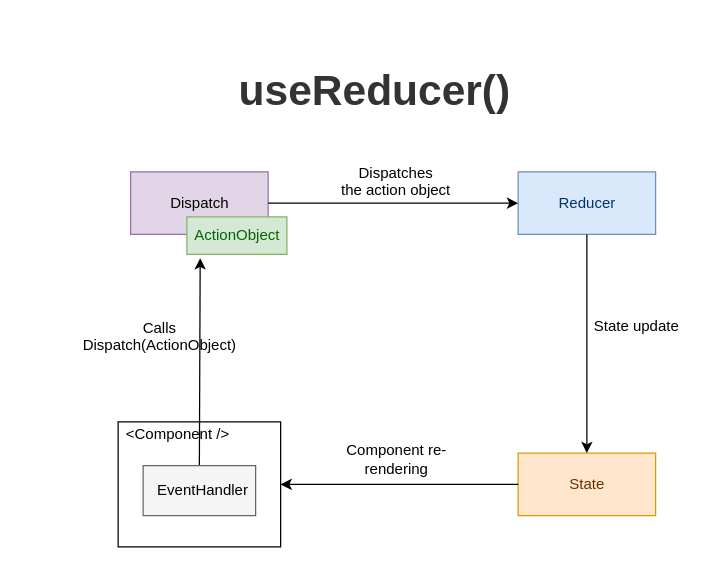
The draw.io diagram content/posts/149-react-usereducer/diagrams/diagram.drawio in panzerdp/dmitripavlutin.com, before the edit. Source tidied: cells renumbered, new cells numbered last; positions are measured from the earlier drawing's top-left corner, leaving out a move shared by most shapes. Both pictures are drawn from the tidied source at 125%, with x=0, y=0 at pixel (81, 46).
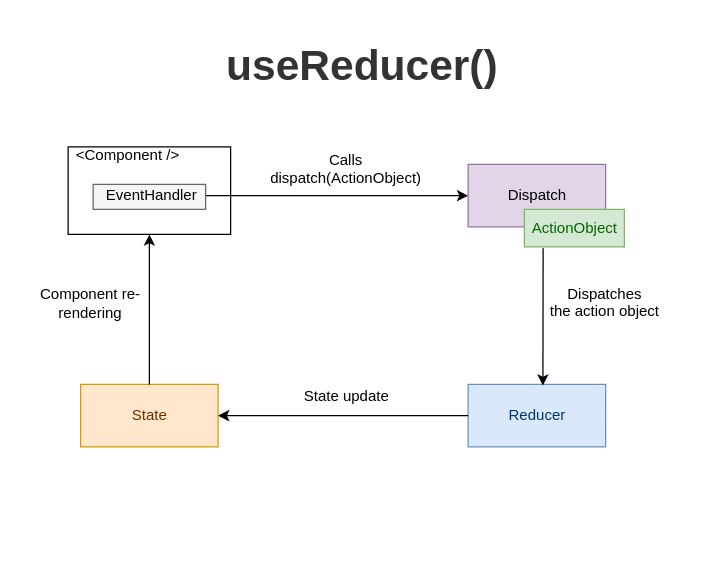
The same diagram, later.

Change to the diagram source:
```diff
@@
     <mxCell id="2" value="useReducer()" style="text;strokeColor=none;fillColor=none;html=1;fontSize=34;fontStyle=1;verticalAlign=middle;align=center;fontColor=#333333;" parent="1" vertex="1">
-      <mxGeometry x="119" width="230" height="70" as="geometry" />
+      <mxGeometry x="109" y="-20" width="230" height="70" as="geometry" />
     </mxCell>
     <mxCell id="3" style="html=1;" parent="1" vertex="1">
-      <mxGeometry x="29" y="300" width="130" height="100" as="geometry" />
+      <mxGeometry x="-11" y="80" width="130" height="70" as="geometry" />
     </mxCell>
     <mxCell id="4" value="Dispatch" style="html=1;fillColor=#e1d5e7;strokeColor=#9673a6;" parent="1" vertex="1">
-      <mxGeometry x="39" y="100" width="110" height="50" as="geometry" />
+      <mxGeometry x="309" y="94" width="110" height="50" as="geometry" />
     </mxCell>
     <mxCell id="5" value="ActionObject" style="html=1;fillColor=#d5e8d4;strokeColor=#82b366;fontColor=#006600;" parent="1" vertex="1">
-      <mxGeometry x="84" y="136" width="80" height="30" as="geometry" />
+      <mxGeometry x="354" y="130" width="80" height="30" as="geometry" />
     </mxCell>
     <mxCell id="6" value="Reducer" style="html=1;fillColor=#dae8fc;strokeColor=#6c8ebf;fontColor=#003366;" parent="1" vertex="1">
-      <mxGeometry x="349" y="100" width="110" height="50" as="geometry" />
+      <mxGeometry x="309" y="270" width="110" height="50" as="geometry" />
     </mxCell>
     <mxCell id="7" value="State" style="html=1;fillColor=#ffe6cc;strokeColor=#d79b00;fontColor=#663300;" parent="1" vertex="1">
-      <mxGeometry x="349" y="325" width="110" height="50" as="geometry" />
+      <mxGeometry x="-1" y="270" width="110" height="50" as="geometry" />
     </mxCell>
-    <mxCell id="8" style="endArrow=classic;html=1;entryX=0.133;entryY=1.101;entryDx=0;entryDy=0;exitX=0.5;exitY=0;exitDx=0;exitDy=0;entryPerimeter=0;" parent="1" edge="1" source="16" target="5">
-      <mxGeometry relative="1" as="geometry" />
+    <mxCell id="8" style="endArrow=classic;html=1;exitX=1;exitY=0.5;exitDx=0;exitDy=0;" parent="1" edge="1" source="17">
+      <mxGeometry relative="1" as="geometry">
+        <mxPoint x="309" y="119" as="targetPoint" />
+      </mxGeometry>
     </mxCell>
-    <mxCell id="9" style="endArrow=classic;html=1;entryX=0;entryY=0.5;entryDx=0;entryDy=0;exitX=1;exitY=0.5;exitDx=0;exitDy=0;" parent="1" edge="1" source="4" target="6">
-      <mxGeometry relative="1" as="geometry" />
+    <mxCell id="9" style="endArrow=classic;html=1;entryX=0.544;entryY=0.019;entryDx=0;entryDy=0;entryPerimeter=0;" parent="1" edge="1" target="6">
+      <mxGeometry relative="1" as="geometry">
+        <mxPoint x="369" y="161" as="sourcePoint" />
+      </mxGeometry>
     </mxCell>
-    <mxCell id="10" style="endArrow=classic;html=1;exitX=0.5;exitY=1;exitDx=0;exitDy=0;entryX=0.5;entryY=0;entryDx=0;entryDy=0;" parent="1" edge="1" source="6" target="7">
+    <mxCell id="10" style="endArrow=classic;html=1;exitX=0;exitY=0.5;exitDx=0;exitDy=0;entryX=1;entryY=0.5;entryDx=0;entryDy=0;" parent="1" edge="1" source="6" target="7">
       <mxGeometry relative="1" as="geometry" />
     </mxCell>
-    <mxCell id="11" style="endArrow=classic;html=1;entryX=1;entryY=0.5;entryDx=0;entryDy=0;exitX=0;exitY=0.5;exitDx=0;exitDy=0;" parent="1" edge="1" source="7" target="3">
+    <mxCell id="11" style="endArrow=classic;html=1;entryX=0.5;entryY=1;entryDx=0;entryDy=0;exitX=0.5;exitY=0;exitDx=0;exitDy=0;" parent="1" edge="1" source="7" target="3">
       <mxGeometry relative="1" as="geometry" />
     </mxCell>
     <mxCell id="12" value="State update" style="text;html=1;strokeColor=none;fillColor=none;align=center;verticalAlign=middle;whiteSpace=wrap;rounded=0;" parent="1" vertex="1">
-      <mxGeometry x="389" y="214" width="110" height="20" as="geometry" />
+      <mxGeometry x="156.5" y="270" width="110" height="20" as="geometry" />
     </mxCell>
     <mxCell id="13" value="Component re-rendering" style="text;html=1;strokeColor=none;fillColor=none;align=center;verticalAlign=middle;whiteSpace=wrap;rounded=0;" parent="1" vertex="1">
-      <mxGeometry x="196.5" y="320" width="110" height="20" as="geometry" />
+      <mxGeometry x="-48" y="195" width="110" height="20" as="geometry" />
     </mxCell>
     <mxCell id="14" value="&amp;lt;Component /&amp;gt;" style="text;html=1;strokeColor=none;fillColor=none;align=center;verticalAlign=middle;whiteSpace=wrap;rounded=0;" parent="1" vertex="1">
-      <mxGeometry x="22" y="300" width="110" height="20" as="geometry" />
+      <mxGeometry x="-18" y="77" width="110" height="20" as="geometry" />
     </mxCell>
     <mxCell id="15" value="&lt;span style=&quot;color: rgb(0, 0, 0); font-family: helvetica; font-size: 12px; font-style: normal; font-weight: 400; letter-spacing: normal; text-indent: 0px; text-transform: none; word-spacing: 0px; background-color: rgb(255, 255, 255); display: inline; float: none;&quot;&gt;Dispatches &lt;br&gt;the action object&lt;/span&gt;" style="text;whiteSpace=wrap;html=1;align=center;" parent="1" vertex="1">
-      <mxGeometry x="189" y="87" width="125" height="30" as="geometry" />
+      <mxGeometry x="356" y="184" width="125" height="30" as="geometry" />
     </mxCell>
     <mxCell id="16" style="rounded=0;whiteSpace=wrap;html=1;align=center;fillColor=#f5f5f5;strokeColor=#666666;fontColor=#333333;" parent="1" vertex="1">
-      <mxGeometry x="49" y="335" width="90" height="40" as="geometry" />
+      <mxGeometry x="9" y="110" width="90" height="20" as="geometry" />
     </mxCell>
     <mxCell id="17" value="EventHandler" style="text;html=1;strokeColor=none;fillColor=none;align=center;verticalAlign=middle;whiteSpace=wrap;rounded=0;" parent="1" vertex="1">
-      <mxGeometry x="57" y="345" width="80" height="20" as="geometry" />
+      <mxGeometry x="16" y="109" width="80" height="20" as="geometry" />
     </mxCell>
-    <mxCell id="18" value="&lt;font face=&quot;helvetica&quot;&gt;Calls Dispatch(ActionObject)&lt;/font&gt;" style="text;whiteSpace=wrap;html=1;align=center;rotation=0;" parent="1" vertex="1">
-      <mxGeometry y="211" width="125" height="30" as="geometry" />
+    <mxCell id="18" value="&lt;font face=&quot;helvetica&quot;&gt;Calls dispatch(ActionObject)&lt;/font&gt;" style="text;whiteSpace=wrap;html=1;align=center;rotation=0;" parent="1" vertex="1">
+      <mxGeometry x="149" y="77" width="125" height="30" as="geometry" />
     </mxCell>
+    <mxCell id="19" style="edgeStyle=orthogonalEdgeStyle;rounded=0;orthogonalLoop=1;jettySize=auto;html=1;exitX=0.5;exitY=1;exitDx=0;exitDy=0;" parent="1" edge="1" source="18" target="18">
+      <mxGeometry relative="1" as="geometry" />
+    </mxCell>
+    <mxCell id="20" style="edgeStyle=orthogonalEdgeStyle;rounded=0;orthogonalLoop=1;jettySize=auto;html=1;exitX=0.5;exitY=1;exitDx=0;exitDy=0;" parent="1" edge="1" source="18" target="18">
+      <mxGeometry relative="1" as="geometry" />
+    </mxCell>
```
